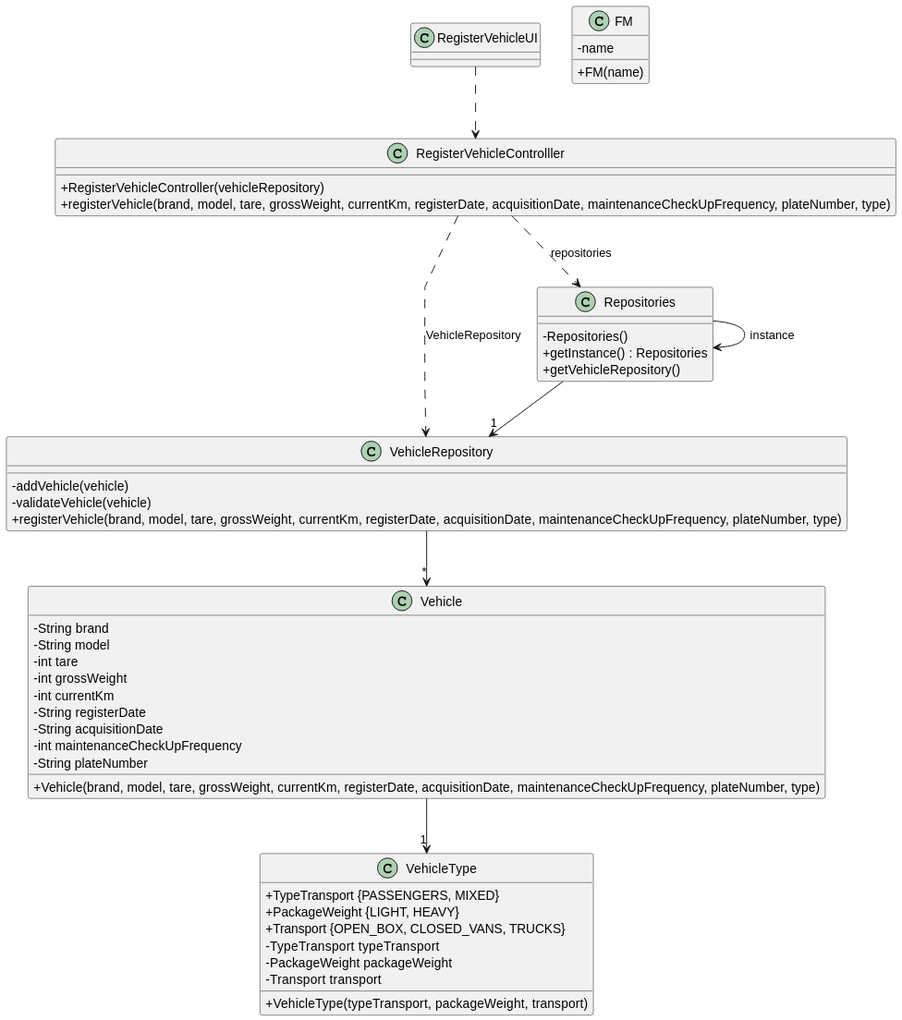
Earlier version of the PlantUML export docs/sprintA&B/us006/03.design/svg/us006-class-diagram.svg (daniel41silva05/ISEP_2023_2024_LAPR2).
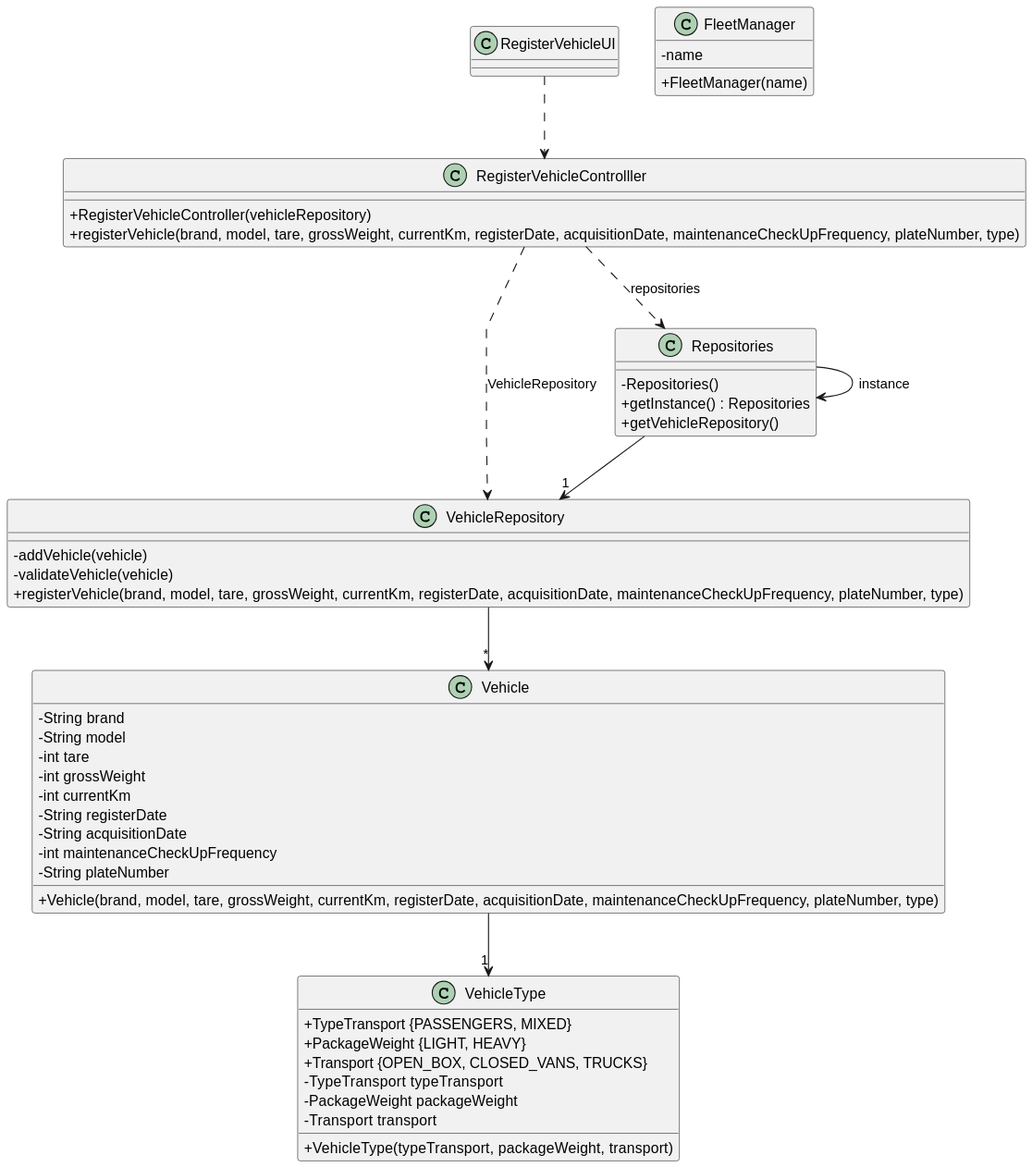
After the commit.

Commit message:
corrections in coherence between domain model and class diagram

What changed in the source:
```diff
@@ -45,9 +45,9 @@
     +VehicleType(typeTransport, packageWeight, transport)
 }
 
-class FM {
+class FleetManager {
     - name
-    + FM(name)
+    + FleetManager(name)
 }
 
 class Repositories {
```
